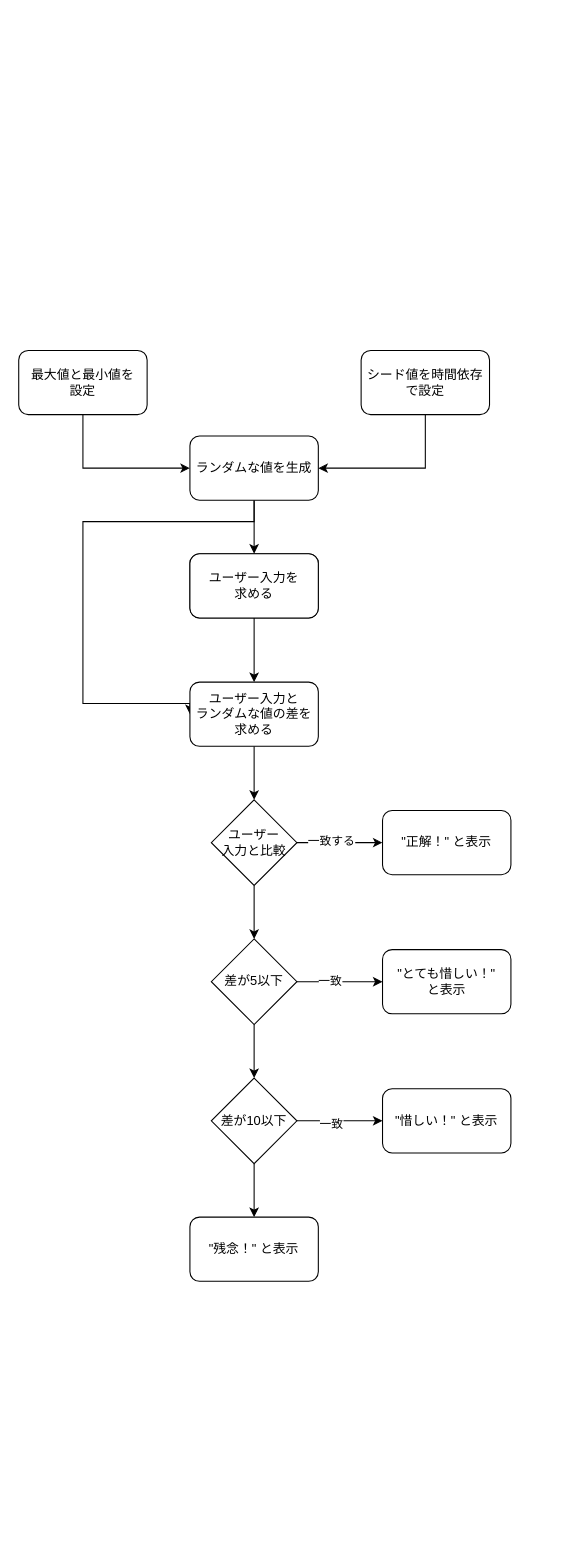
Before: 5-1.drawio in Rumia-Channel/Programing_Enshu_1, a draw.io diagram. Source tidied: cells renumbered, new cells numbered last; positions are measured from the earlier drawing's top-left corner, leaving out a move shared by most shapes. Both pictures are drawn from the tidied source at 107%, with x=0, y=0 at pixel (18, 350).
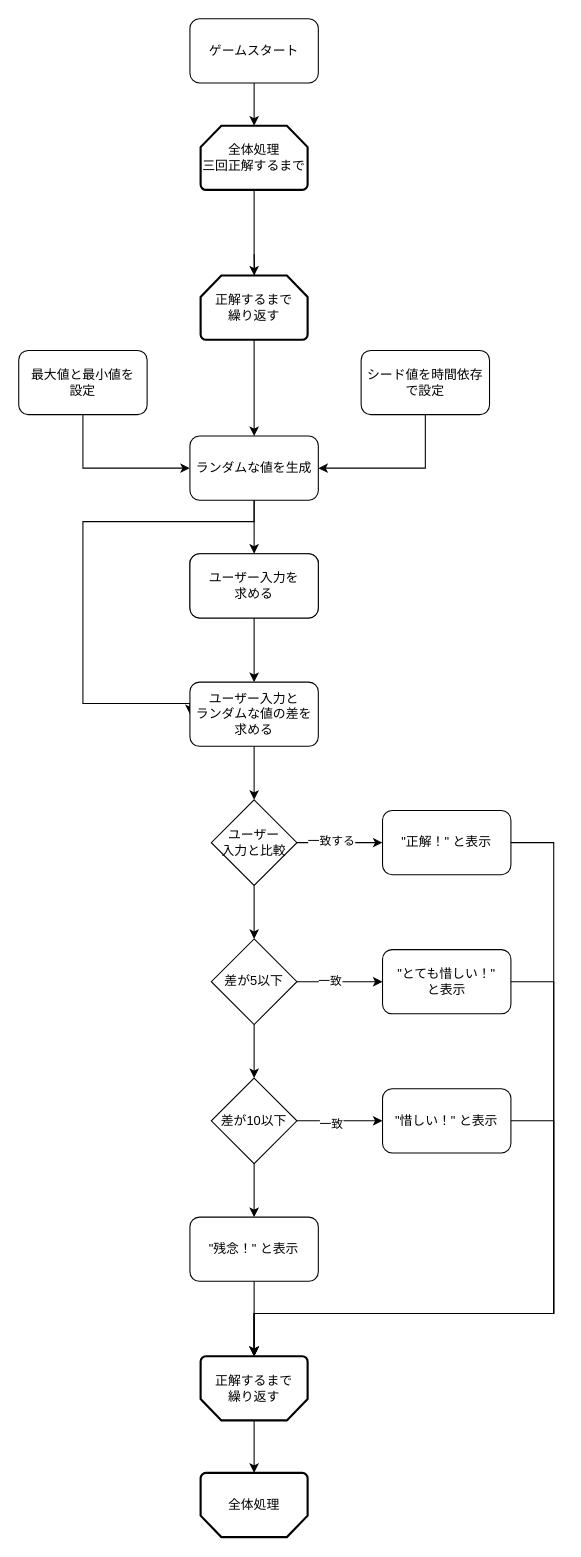
After the change.

Commit message:
5-1.drawio を更新します

The change refers to these unchanged cells:
```xml
<mxCell id="7" value="ランダムな値を生成" style="rounded=1;whiteSpace=wrap;html=1;" parent="1" vertex="1">
  <mxGeometry x="160" y="80" width="120" height="60" as="geometry" />
</mxCell>
<mxCell id="12" value="&quot;正解！&quot; と表示" style="rounded=1;whiteSpace=wrap;html=1;" parent="1" vertex="1">
  <mxGeometry x="340" y="430" width="120" height="60" as="geometry" />
</mxCell>
<mxCell id="23" value="&quot;とても惜しい！&quot;&lt;div&gt;と表示&lt;/div&gt;" style="rounded=1;whiteSpace=wrap;html=1;" parent="1" vertex="1">
  <mxGeometry x="340" y="560" width="120" height="60" as="geometry" />
</mxCell>
<mxCell id="28" value="&quot;惜しい！&quot; と表示" style="rounded=1;whiteSpace=wrap;html=1;" parent="1" vertex="1">
  <mxGeometry x="340" y="690" width="120" height="60" as="geometry" />
</mxCell>
<mxCell id="29" value="&quot;残念！&quot; と表示" style="rounded=1;whiteSpace=wrap;html=1;" parent="1" vertex="1">
  <mxGeometry x="160" y="810" width="120" height="60" as="geometry" />
</mxCell>
```

Diff of the diagram source:
```diff
@@
+    <mxCell id="30" style="edgeStyle=orthogonalEdgeStyle;rounded=0;jettySize=auto;html=1;" parent="1" edge="1" source="38" target="7">
+      <mxGeometry relative="1" as="geometry" />
+    </mxCell>
+    <mxCell id="31" value="全体処理&lt;div&gt;三回正解するまで&lt;/div&gt;" style="strokeWidth=2;html=1;shape=mxgraph.flowchart.loop_limit;whiteSpace=wrap;" parent="1" vertex="1">
+      <mxGeometry x="170" y="-210" width="100" height="60" as="geometry" />
+    </mxCell>
+    <mxCell id="32" value="ゲームスタート" style="rounded=1;whiteSpace=wrap;html=1;" parent="1" vertex="1">
+      <mxGeometry x="160" y="-310" width="120" height="60" as="geometry" />
+    </mxCell>
+    <mxCell id="33" style="edgeStyle=orthogonalEdgeStyle;rounded=0;jettySize=auto;html=1;entryX=0.5;entryY=0;entryDx=0;entryDy=0;entryPerimeter=0;" parent="1" edge="1" source="32" target="31">
+      <mxGeometry relative="1" as="geometry" />
+    </mxCell>
+    <mxCell id="34" value="正解するまで&lt;div&gt;繰り返す&lt;/div&gt;" style="strokeWidth=2;html=1;shape=mxgraph.flowchart.loop_limit;whiteSpace=wrap;direction=west;" parent="1" vertex="1">
+      <mxGeometry x="170" y="940" width="100" height="60" as="geometry" />
+    </mxCell>
+    <mxCell id="35" style="edgeStyle=orthogonalEdgeStyle;rounded=0;jettySize=auto;html=1;entryX=0.5;entryY=1;entryDx=0;entryDy=0;entryPerimeter=0;" parent="1" edge="1" source="12" target="34">
+      <mxGeometry relative="1" as="geometry">
+        <Array as="points">
+          <mxPoint x="500" y="460" />
+          <mxPoint x="500" y="900" />
+          <mxPoint x="220" y="900" />
+        </Array>
+      </mxGeometry>
+    </mxCell>
+    <mxCell id="36" style="edgeStyle=orthogonalEdgeStyle;rounded=0;jettySize=auto;html=1;entryX=0.5;entryY=0;entryDx=0;entryDy=0;entryPerimeter=0;" parent="1" edge="1" source="31" target="38">
+      <mxGeometry relative="1" as="geometry" />
+    </mxCell>
+    <mxCell id="37" style="edgeStyle=orthogonalEdgeStyle;rounded=0;jettySize=auto;html=1;" parent="1" edge="1" target="38">
+      <mxGeometry relative="1" as="geometry">
+        <mxPoint x="220" y="-90" as="sourcePoint" />
+      </mxGeometry>
+    </mxCell>
+    <mxCell id="38" value="正解するまで&lt;div&gt;繰り返す&lt;/div&gt;" style="strokeWidth=2;html=1;shape=mxgraph.flowchart.loop_limit;whiteSpace=wrap;" parent="1" vertex="1">
+      <mxGeometry x="170" y="-70" width="100" height="60" as="geometry" />
+    </mxCell>
+    <mxCell id="39" style="edgeStyle=orthogonalEdgeStyle;rounded=0;jettySize=auto;html=1;entryX=0.5;entryY=1;entryDx=0;entryDy=0;entryPerimeter=0;" parent="1" edge="1" source="29" target="34">
+      <mxGeometry relative="1" as="geometry" />
+    </mxCell>
+    <mxCell id="40" value="全体処理" style="strokeWidth=2;html=1;shape=mxgraph.flowchart.loop_limit;whiteSpace=wrap;direction=west;" parent="1" vertex="1">
+      <mxGeometry x="170" y="1049" width="100" height="60" as="geometry" />
+    </mxCell>
+    <mxCell id="41" style="edgeStyle=orthogonalEdgeStyle;rounded=0;jettySize=auto;html=1;entryX=0.5;entryY=1;entryDx=0;entryDy=0;entryPerimeter=0;" parent="1" edge="1" source="34" target="40">
+      <mxGeometry relative="1" as="geometry" />
+    </mxCell>
+    <mxCell id="42" style="edgeStyle=orthogonalEdgeStyle;rounded=0;jettySize=auto;html=1;entryX=0.5;entryY=1;entryDx=0;entryDy=0;entryPerimeter=0;" parent="1" edge="1" source="28" target="34">
+      <mxGeometry relative="1" as="geometry">
+        <Array as="points">
+          <mxPoint x="500" y="720" />
+          <mxPoint x="500" y="900" />
+          <mxPoint x="220" y="900" />
+        </Array>
+      </mxGeometry>
+    </mxCell>
+    <mxCell id="43" style="edgeStyle=orthogonalEdgeStyle;rounded=0;jettySize=auto;html=1;entryX=0.5;entryY=1;entryDx=0;entryDy=0;entryPerimeter=0;" parent="1" edge="1" source="23" target="34">
+      <mxGeometry relative="1" as="geometry">
+        <Array as="points">
+          <mxPoint x="500" y="590" />
+          <mxPoint x="500" y="900" />
+          <mxPoint x="220" y="900" />
+        </Array>
+      </mxGeometry>
+    </mxCell>
```
